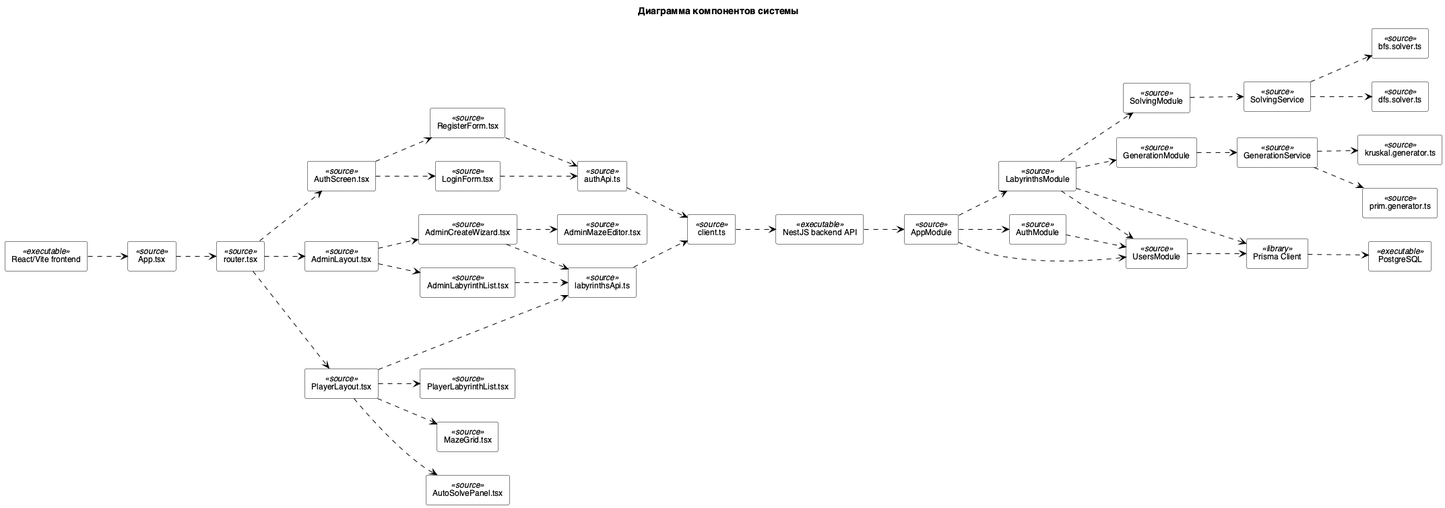
Above: diagrams/components/component-diagram.png in ozcnii/software-engineering (PlantUML), before the change.
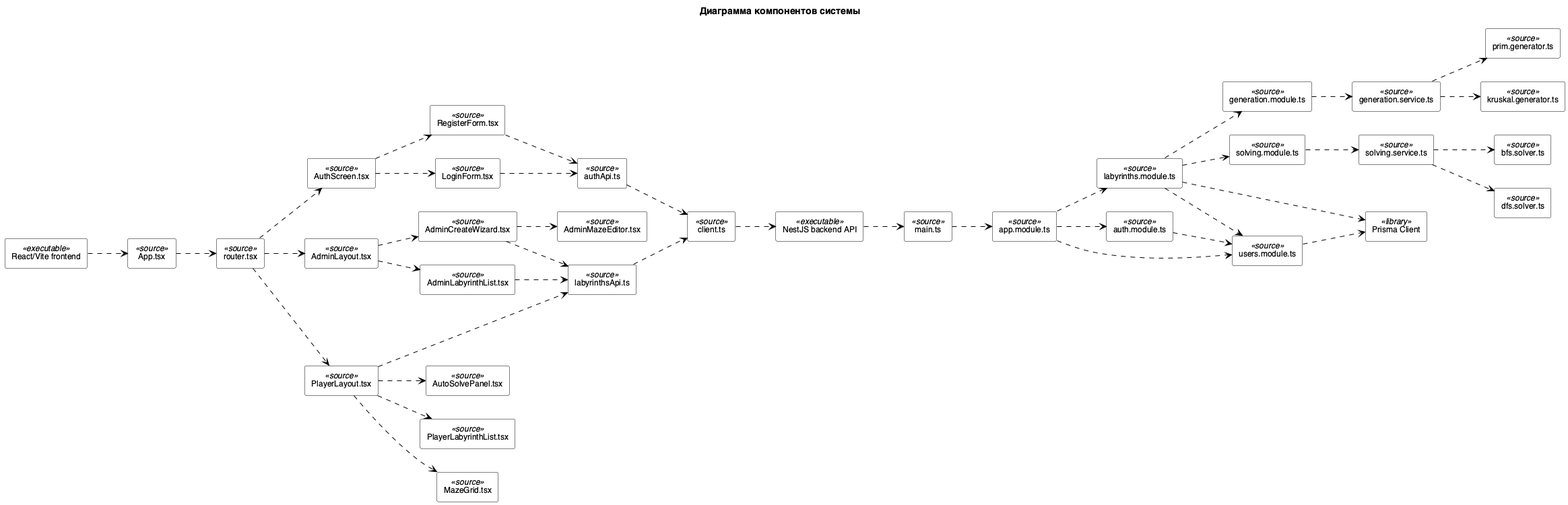
After the change.

Commit message:
Refine component diagram

What changed in the source:
```diff
@@ -33,20 +33,20 @@
 component "labyrinthsApi.ts" <<source>> as LabyrinthsApi
 
 component "NestJS backend API" <<executable>> as BackendApi
-component "AppModule" <<source>> as AppModule
-component "AuthModule" <<source>> as AuthModule
-component "UsersModule" <<source>> as UsersModule
-component "LabyrinthsModule" <<source>> as LabyrinthsModule
-component "GenerationModule" <<source>> as GenerationModule
-component "SolvingModule" <<source>> as SolvingModule
-component "GenerationService" <<source>> as GenerationService
-component "SolvingService" <<source>> as SolvingService
+component "main.ts" <<source>> as MainTs
+component "app.module.ts" <<source>> as AppModule
+component "auth.module.ts" <<source>> as AuthModule
+component "users.module.ts" <<source>> as UsersModule
+component "labyrinths.module.ts" <<source>> as LabyrinthsModule
+component "generation.module.ts" <<source>> as GenerationModule
+component "solving.module.ts" <<source>> as SolvingModule
+component "generation.service.ts" <<source>> as GenerationService
+component "solving.service.ts" <<source>> as SolvingService
 component "prim.generator.ts" <<source>> as PrimGenerator
 component "kruskal.generator.ts" <<source>> as KruskalGenerator
 component "bfs.solver.ts" <<source>> as BfsSolver
 component "dfs.solver.ts" <<source>> as DfsSolver
 component "Prisma Client" <<library>> as PrismaClient
-component "PostgreSQL" <<executable>> as PostgreSQL
 
 Frontend ..> App
 App ..> Router
@@ -71,7 +71,8 @@
 LabyrinthsApi ..> ClientApi
 ClientApi ..> BackendApi
 
-BackendApi ..> AppModule
+BackendApi ..> MainTs
+MainTs ..> AppModule
 AppModule ..> AuthModule
 AppModule ..> UsersModule
 AppModule ..> LabyrinthsModule
@@ -87,6 +88,5 @@
 SolvingService ..> DfsSolver
 UsersModule ..> PrismaClient
 LabyrinthsModule ..> PrismaClient
-PrismaClient ..> PostgreSQL
 
 @enduml
```
